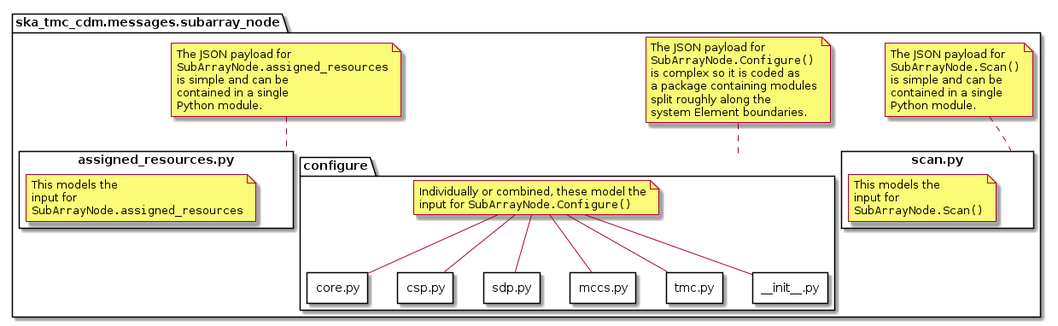
Earlier version of the PlantUML export docs/src/developer/subarraynode/subarraynode.png (ska-telescope/cdm-shared-library).
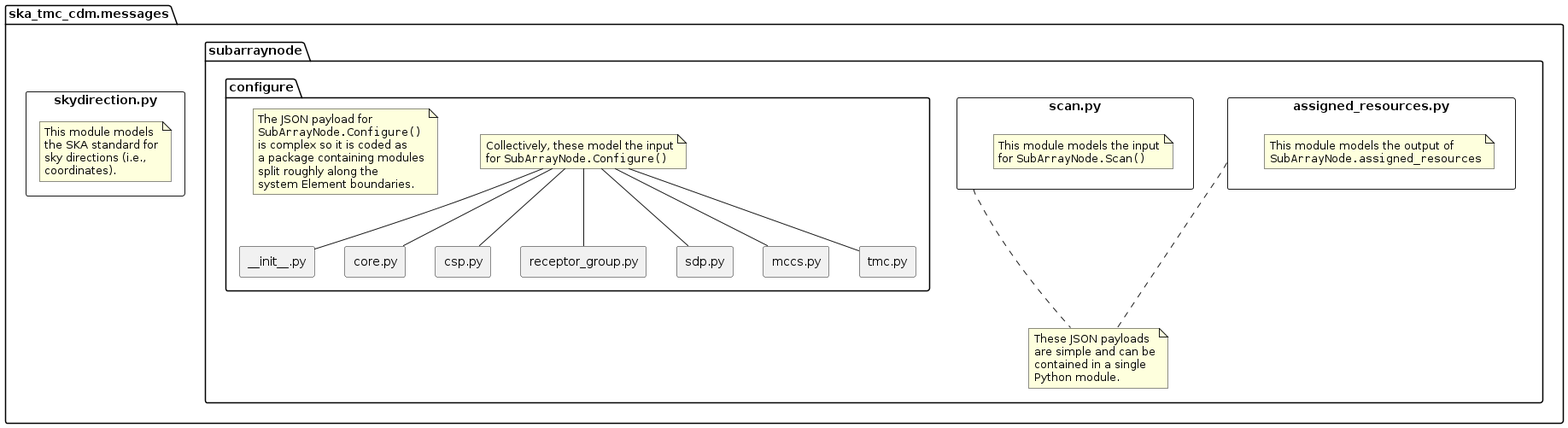
Above is the later version.

What changed in the source:
```diff
@@ -1,76 +1,89 @@
 @startuml
 hide empty members
 
-package ska_tmc_cdm.messages.subarray_node {
-        package scan.py <<Rectangle>> {
-		note as N1
-			This models the
-			input for
-			""SubArrayNode.Scan()""
-		end note
-	}
-	note top of scan.py
-		The JSON payload for
-		""SubArrayNode.Scan()""
-		is simple and can be
-		contained in a single
-		Python module.
-	end note
+package "ska_tmc_cdm.messages" as messages {
+    package skydirection.py as skydirection <<Rectangle>> {
+        note as skydirection_note
+            This module models
+            the SKA standard for
+            sky directions (i.e.,
+            coordinates).
+        end note
+    }
 
-	package configure {
-		package core.py <<Rectangle>> {
-		}
+    package subarraynode {
 
-		package csp.py <<Rectangle>> {
-		}
-
-		package sdp.py <<Rectangle>> {
-		}
-
-        package mccs.py <<Rectangle>> {
+        package scan.py as scan <<Rectangle>> {
+            note as scan_note
+                This module models the input
+                for ""SubArrayNode.Scan()""
+            end note
         }
 
-		package tmc.py <<Rectangle>> {
-		}
+        package configure {
+            package ~__init__.py as init <<Rectangle>> {
+            }
 
-		package __init__.py <<Rectangle>> {
-		}
+            package core.py as core <<Rectangle>> {
+            }
 
-		note as N2
-			Individually or combined, these model the
-			input for ""SubArrayNode.Configure()""
-		end note
+            package csp.py as csp <<Rectangle>> {
+            }
 
-		N2 -- __init__.py
-		N2 -- core.py
-		N2 -- csp.py
-		N2 -- sdp.py
-		N2 -- mccs.py
-		N2 -- tmc.py
-	}
-	note top of configure
-		The JSON payload for
-		""SubArrayNode.Configure()""
-		is complex so it is coded as
-		a package containing modules
-		split roughly along the
-		system Element boundaries.
-	end note
+            package receptor_group.py as receptor_group  <<Rectangle>> {
+            }
 
-	package assigned_resources.py <<Rectangle>> {
-		note as N3
-			This models the
-			input for
-			""SubArrayNode.assigned_resources""
-		end note
-	}
-	note top of assigned_resources.py
-		The JSON payload for
-		""SubArrayNode.assigned_resources""
-		is simple and can be
-		contained in a single
-		Python module.
-	end note
+            package sdp.py as sdp <<Rectangle>> {
+            }
+
+            package mccs.py as mccs <<Rectangle>> {
+            }
+
+            package tmc.py as tmc <<Rectangle>> {
+            }
+
+            note as N2
+                Collectively, these model the input
+                for ""SubArrayNode.Configure()""
+            end note
+
+            N2 -- init
+            N2 -- core
+            N2 -- csp
+            N2 -- sdp
+            N2 -- mccs
+            N2 -- tmc
+            N2 -- receptor_group
+
+            note as complex_module_note
+                The JSON payload for
+                ""SubArrayNode.Configure()""
+                is complex so it is coded as
+                a package containing modules
+                split roughly along the
+                system Element boundaries.
+            end note
+        }
+
+        package assigned_resources.py as assigned_resources <<Rectangle>> {
+            note as assigned_resources_note
+                This module models the output of
+                ""SubArrayNode.assigned_resources""
+            end note
+        }
+
+        note as simple_modules_note
+            These JSON payloads
+            are simple and can be
+            contained in a single
+            Python module.
+        end note
+
+        simple_modules_note .up.. assigned_resources
+        simple_modules_note .up.. scan
+
+    }
+
 }
 
 @enduml
```
